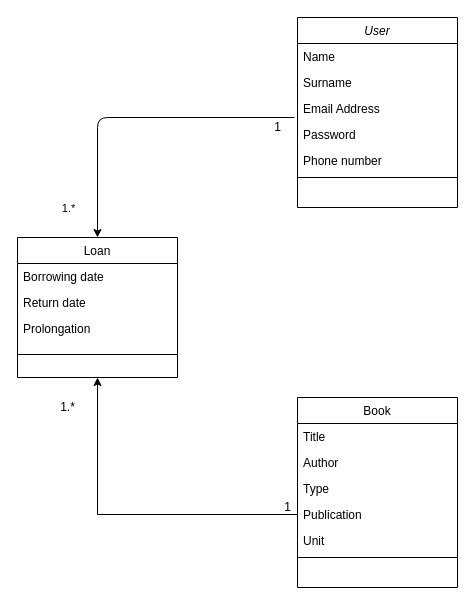
The draw.io diagram documentation/diagrams/class diagram.drawio in Anthony-Pereira/library-api, before the edit. Source tidied: cells renumbered, new cells numbered last; positions are measured from the earlier drawing's top-left corner, leaving out a move shared by most shapes. Both pictures are drawn from the tidied source at 100%, with x=0, y=0 at pixel (17, 17).
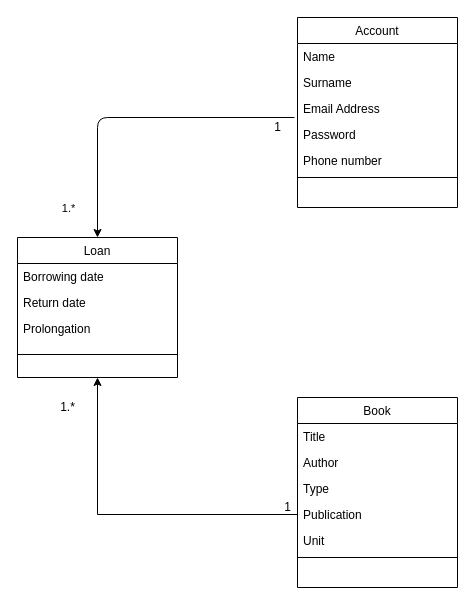
Above is the later version.

What changed in the source:
```diff
@@
-    <mxCell id="2" value="User" style="swimlane;fontStyle=2;align=center;verticalAlign=top;horizontal=1;startSize=26;rounded=0;shadow=0;strokeWidth=1;" parent="1" vertex="1">
+    <mxCell id="2" value="Account" style="swimlane;fontStyle=0;align=center;verticalAlign=top;horizontal=1;startSize=26;rounded=0;shadow=0;strokeWidth=1;" parent="1" vertex="1">
       <mxGeometry x="280" width="160" height="190" as="geometry" />
     </mxCell>
```
